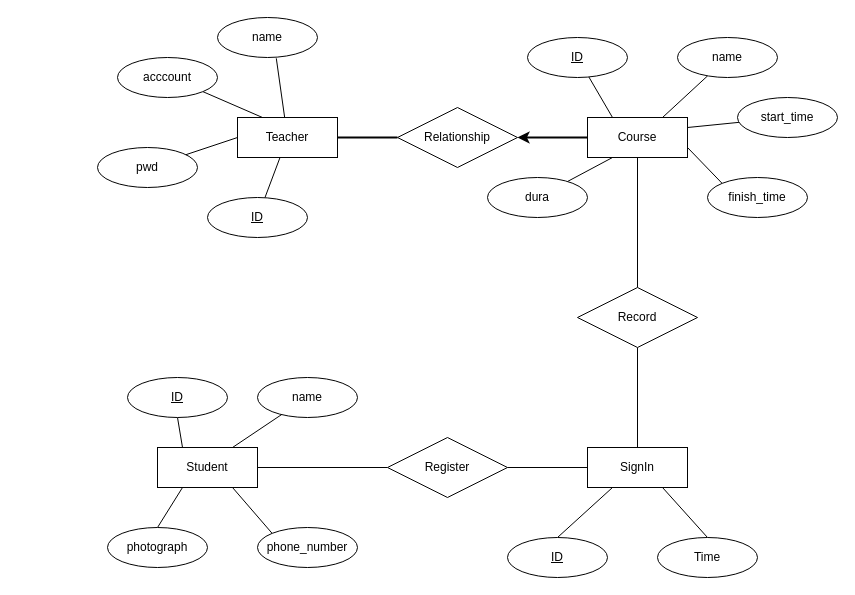
The draw.io diagram page "Database_ER_Graph" (4 of 7) of doc/demo.drawio in MUST-Quick-Fry/Face-Recognition-Sign-In-System, before the edit. Source tidied: cells renumbered, new cells numbered last; positions are measured from the earlier drawing's top-left corner, leaving out a move shared by most shapes. Both pictures are drawn from the tidied source at 100%, with x=0, y=0 at pixel (97, 17).
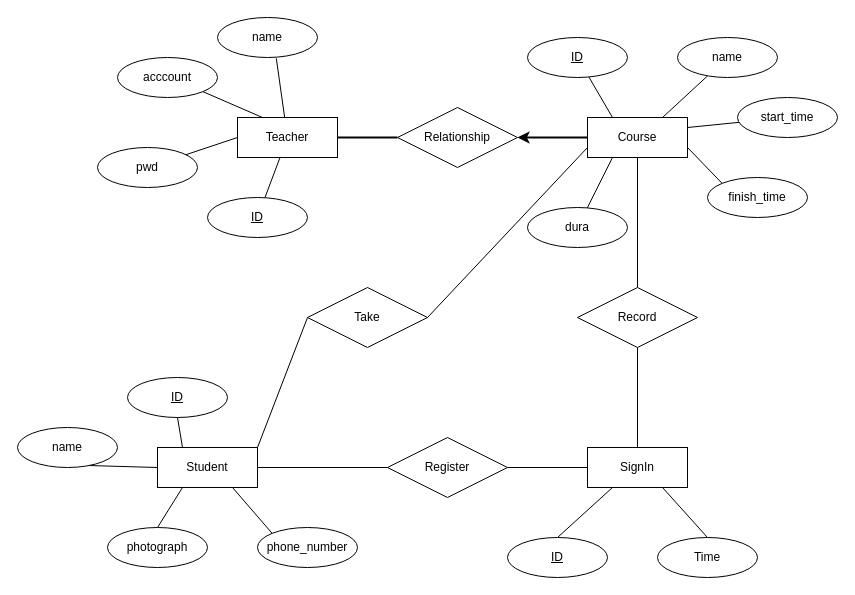
After the change.

The change refers to these unchanged cells:
```xml
<mxCell id="20" value="Course" style="whiteSpace=wrap;html=1;align=center;fontColor=#030303;strokeColor=#030303;fillColor=#FFFFFF;" parent="1" vertex="1">
  <mxGeometry x="490" y="100" width="100" height="40" as="geometry" />
</mxCell>
<mxCell id="40" value="Student" style="whiteSpace=wrap;html=1;align=center;fontColor=#030303;strokeColor=#030303;fillColor=#FFFFFF;" parent="1" vertex="1">
  <mxGeometry x="60" y="430" width="100" height="40" as="geometry" />
</mxCell>
```

What changed in the source:
```diff
@@
     <mxCell id="22" value="dura" style="ellipse;whiteSpace=wrap;html=1;align=center;fontColor=#030303;strokeColor=#030303;fillColor=#FFFFFF;" parent="1" vertex="1">
-      <mxGeometry x="390" y="160" width="100" height="40" as="geometry" />
+      <mxGeometry x="430" y="190" width="100" height="40" as="geometry" />
     </mxCell>
@@
-    <mxCell id="37" style="edgeStyle=none;rounded=0;jettySize=auto;html=1;exitX=0.75;exitY=0;exitDx=0;exitDy=0;entryX=0.247;entryY=0.917;entryDx=0;entryDy=0;entryPerimeter=0;fontColor=#030303;endArrow=none;endFill=0;strokeColor=#030303;strokeWidth=1;" parent="1" edge="1" source="40" target="42">
+    <mxCell id="37" style="edgeStyle=none;rounded=0;jettySize=auto;html=1;exitX=0;exitY=0.5;exitDx=0;exitDy=0;entryX=0.247;entryY=0.917;entryDx=0;entryDy=0;entryPerimeter=0;fontColor=#030303;endArrow=none;endFill=0;strokeColor=#030303;strokeWidth=1;" parent="1" edge="1" source="40" target="42">
       <mxGeometry relative="1" as="geometry" />
     </mxCell>
@@
     <mxCell id="42" value="name" style="ellipse;whiteSpace=wrap;html=1;align=center;fontColor=#030303;strokeColor=#030303;fillColor=#FFFFFF;" parent="1" vertex="1">
-      <mxGeometry x="160" y="360" width="100" height="40" as="geometry" />
+      <mxGeometry x="-80" y="410" width="100" height="40" as="geometry" />
     </mxCell>
@@
+    <mxCell id="45" style="rounded=0;jettySize=auto;html=1;entryX=1;entryY=0;entryDx=0;entryDy=0;fontColor=#000000;strokeColor=#000000;endArrow=none;endFill=0;exitX=0;exitY=0.5;exitDx=0;exitDy=0;" parent="1" edge="1" source="47" target="40">
+      <mxGeometry relative="1" as="geometry" />
+    </mxCell>
+    <mxCell id="46" style="edgeStyle=none;rounded=0;jettySize=auto;html=1;entryX=0;entryY=0.75;entryDx=0;entryDy=0;fontColor=#000000;endArrow=none;endFill=0;strokeColor=#000000;exitX=1;exitY=0.5;exitDx=0;exitDy=0;" parent="1" edge="1" source="47" target="20">
+      <mxGeometry relative="1" as="geometry" />
+    </mxCell>
+    <mxCell id="47" value="Take" style="shape=rhombus;perimeter=rhombusPerimeter;whiteSpace=wrap;html=1;align=center;fillColor=#FFFFFF;strokeColor=#000000;fontColor=#000000;" parent="1" vertex="1">
+      <mxGeometry x="210" y="270" width="120" height="60" as="geometry" />
+    </mxCell>
```
